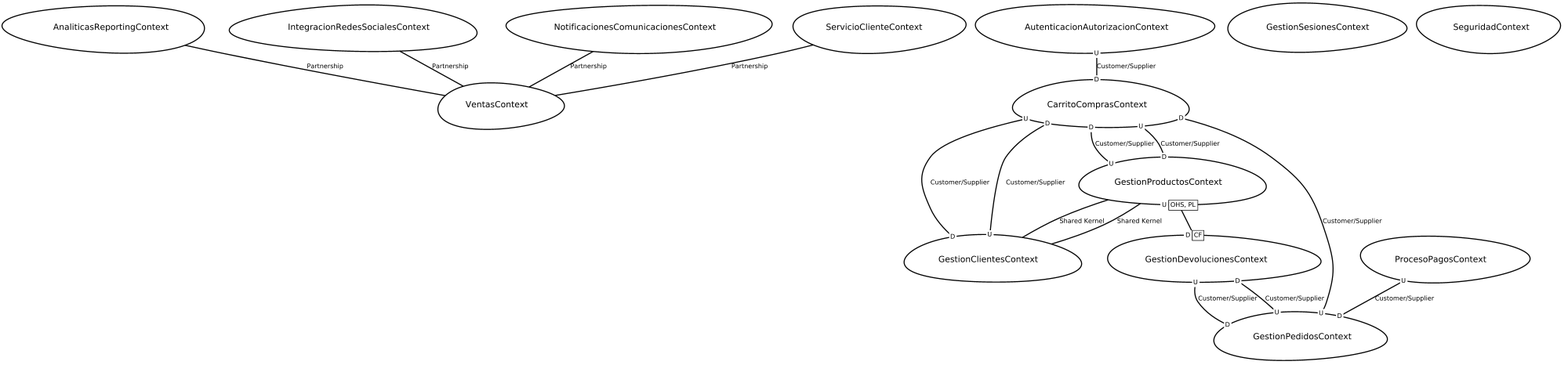
Above: src-gen/LAB02_proyectoEcomerce_ContexMapper_ContextMap.png in Jhonat20/LAB02_proyectoEcomerce_ContexMapper (Graphviz), before the change. Its source is kept beside it as src-gen/LAB02_proyectoEcomerce_ContexMapper_ContextMap.gv. Its diagram source:
```dot
digraph "ContextMapGraph" {
graph ["imagepath"="/tmp/GraphvizJava"]
"AnaliticasReportingContext" ["margin"="0.3","orientation"="52","shape"="egg","fontsize"="16","style"="bold","label"="AnaliticasReportingContext\n","fontname"="sans-serif"]
"VentasContext" ["margin"="0.3","orientation"="306","shape"="egg","fontsize"="16","style"="bold","label"="VentasContext\n","fontname"="sans-serif"]
"AutenticacionAutorizacionContext" ["margin"="0.3","orientation"="85","shape"="egg","fontsize"="16","style"="bold","label"="AutenticacionAutorizacionContext\n","fontname"="sans-serif"]
"CarritoComprasContext" ["margin"="0.3","orientation"="340","shape"="egg","fontsize"="16","style"="bold","label"="CarritoComprasContext\n","fontname"="sans-serif"]
"GestionProductosContext" ["margin"="0.3","orientation"="76","shape"="egg","fontsize"="16","style"="bold","label"="GestionProductosContext\n","fontname"="sans-serif"]
"GestionClientesContext" ["margin"="0.3","orientation"="126","shape"="egg","fontsize"="16","style"="bold","label"="GestionClientesContext\n","fontname"="sans-serif"]
"GestionDevolucionesContext" ["margin"="0.3","orientation"="203","shape"="egg","fontsize"="16","style"="bold","label"="GestionDevolucionesContext\n","fontname"="sans-serif"]
"GestionPedidosContext" ["margin"="0.3","orientation"="74","shape"="egg","fontsize"="16","style"="bold","label"="GestionPedidosContext\n","fontname"="sans-serif"]
"GestionSesionesContext" ["margin"="0.3","orientation"="225","shape"="egg","fontsize"="16","style"="bold","label"="GestionSesionesContext\n","fontname"="sans-serif"]
"IntegracionRedesSocialesContext" ["margin"="0.3","orientation"="195","shape"="egg","fontsize"="16","style"="bold","label"="IntegracionRedesSocialesContext\n","fontname"="sans-serif"]
"NotificacionesComunicacionesContext" ["margin"="0.3","orientation"="266","shape"="egg","fontsize"="16","style"="bold","label"="NotificacionesComunicacionesContext\n","fontname"="sans-serif"]
"ProcesoPagosContext" ["margin"="0.3","orientation"="253","shape"="egg","fontsize"="16","style"="bold","label"="ProcesoPagosContext\n","fontname"="sans-serif"]
"SeguridadContext" ["margin"="0.3","orientation"="133","shape"="egg","fontsize"="16","style"="bold","label"="SeguridadContext\n","fontname"="sans-serif"]
"ServicioClienteContext" ["margin"="0.3","orientation"="173","shape"="egg","fontsize"="16","style"="bold","label"="ServicioClienteContext\n","fontname"="sans-serif"]
"AnaliticasReportingContext" -> "VentasContext" ["fontsize"="12","style"="bold","label"="Partnership","dir"="none","fontname"="sans-serif"]
"AutenticacionAutorizacionContext" -> "CarritoComprasContext" ["headlabel"=<<table cellspacing="0" cellborder="0" border="0">
<tr><td bgcolor="white">D</td></tr>
</table>>,"labeldistance"="0","fontsize"="12","taillabel"=<<table cellspacing="0" cellborder="0" border="0">
<tr><td bgcolor="white">U</td></tr>
</table>>,"style"="bold","label"="Customer/Supplier","dir"="none","fontname"="sans-serif"]
"CarritoComprasContext" -> "GestionProductosContext" ["headlabel"=<<table cellspacing="0" cellborder="0" border="0">
<tr><td bgcolor="white">D</td></tr>
</table>>,"labeldistance"="0","fontsize"="12","taillabel"=<<table cellspacing="0" cellborder="0" border="0">
<tr><td bgcolor="white">U</td></tr>
</table>>,"style"="bold","label"="Customer/Supplier","dir"="none","fontname"="sans-serif"]
"CarritoComprasContext" -> "GestionClientesContext" ["headlabel"=<<table cellspacing="0" cellborder="0" border="0">
<tr><td bgcolor="white">D</td></tr>
</table>>,"labeldistance"="0","fontsize"="12","taillabel"=<<table cellspacing="0" cellborder="0" border="0">
<tr><td bgcolor="white">U</td></tr>
</table>>,"style"="bold","label"="Customer/Supplier","dir"="none","fontname"="sans-serif"]
"GestionProductosContext" -> "GestionClientesContext" ["fontsize"="12","style"="bold","label"="Shared Kernel","dir"="none","fontname"="sans-serif"]
"GestionProductosContext" -> "GestionDevolucionesContext" ["headlabel"=<<table cellspacing="0" cellborder="1" border="0">
<tr><td bgcolor="white" sides="r">D</td><td sides="trbl" bgcolor="white"><font>CF</font></td></tr>
</table>>,"labeldistance"="0","fontsize"="12","taillabel"=<<table cellspacing="0" cellborder="1" border="0">
<tr><td bgcolor="white" sides="r">U</td><td sides="trbl" bgcolor="white"><font>OHS, PL</font></td></tr>
</table>>,"style"="bold","label"="                                        ","dir"="none","fontname"="sans-serif"]
"GestionProductosContext" -> "CarritoComprasContext" ["headlabel"=<<table cellspacing="0" cellborder="0" border="0">
<tr><td bgcolor="white">D</td></tr>
</table>>,"labeldistance"="0","fontsize"="12","taillabel"=<<table cellspacing="0" cellborder="0" border="0">
<tr><td bgcolor="white">U</td></tr>
</table>>,"style"="bold","label"="Customer/Supplier","dir"="none","fontname"="sans-serif"]
"GestionClientesContext" -> "CarritoComprasContext" ["headlabel"=<<table cellspacing="0" cellborder="0" border="0">
<tr><td bgcolor="white">D</td></tr>
</table>>,"labeldistance"="0","fontsize"="12","taillabel"=<<table cellspacing="0" cellborder="0" border="0">
<tr><td bgcolor="white">U</td></tr>
</table>>,"style"="bold","label"="Customer/Supplier","dir"="none","fontname"="sans-serif"]
"GestionClientesContext" -> "GestionProductosContext" ["fontsize"="12","style"="bold","label"="Shared Kernel","dir"="none","fontname"="sans-serif"]
"GestionDevolucionesContext" -> "GestionPedidosContext" ["headlabel"=<<table cellspacing="0" cellborder="0" border="0">
<tr><td bgcolor="white">D</td></tr>
</table>>,"labeldistance"="0","fontsize"="12","taillabel"=<<table cellspacing="0" cellborder="0" border="0">
<tr><td bgcolor="white">U</td></tr>
</table>>,"style"="bold","label"="Customer/Supplier","dir"="none","fontname"="sans-serif"]
"GestionPedidosContext" -> "CarritoComprasContext" ["headlabel"=<<table cellspacing="0" cellborder="0" border="0">
<tr><td bgcolor="white">D</td></tr>
</table>>,"labeldistance"="0","fontsize"="12","taillabel"=<<table cellspacing="0" cellborder="0" border="0">
<tr><td bgcolor="white">U</td></tr>
</table>>,"style"="bold","label"="Customer/Supplier","dir"="none","fontname"="sans-serif"]
"GestionPedidosContext" -> "GestionDevolucionesContext" ["headlabel"=<<table cellspacing="0" cellborder="0" border="0">
<tr><td bgcolor="white">D</td></tr>
</table>>,"labeldistance"="0","fontsize"="12","taillabel"=<<table cellspacing="0" cellborder="0" border="0">
<tr><td bgcolor="white">U</td></tr>
</table>>,"style"="bold","label"="Customer/Supplier","dir"="none","fontname"="sans-serif"]
"IntegracionRedesSocialesContext" -> "VentasContext" ["fontsize"="12","style"="bold","label"="Partnership","dir"="none","fontname"="sans-serif"]
"NotificacionesComunicacionesContext" -> "VentasContext" ["fontsize"="12","style"="bold","label"="Partnership","dir"="none","fontname"="sans-serif"]
"ProcesoPagosContext" -> "GestionPedidosContext" ["headlabel"=<<table cellspacing="0" cellborder="0" border="0">
<tr><td bgcolor="white">D</td></tr>
</table>>,"labeldistance"="0","fontsize"="12","taillabel"=<<table cellspacing="0" cellborder="0" border="0">
<tr><td bgcolor="white">U</td></tr>
</table>>,"style"="bold","label"="Customer/Supplier","dir"="none","fontname"="sans-serif"]
"ServicioClienteContext" -> "VentasContext" ["fontsize"="12","style"="bold","label"="Partnership","dir"="none","fontname"="sans-serif"]
}
```
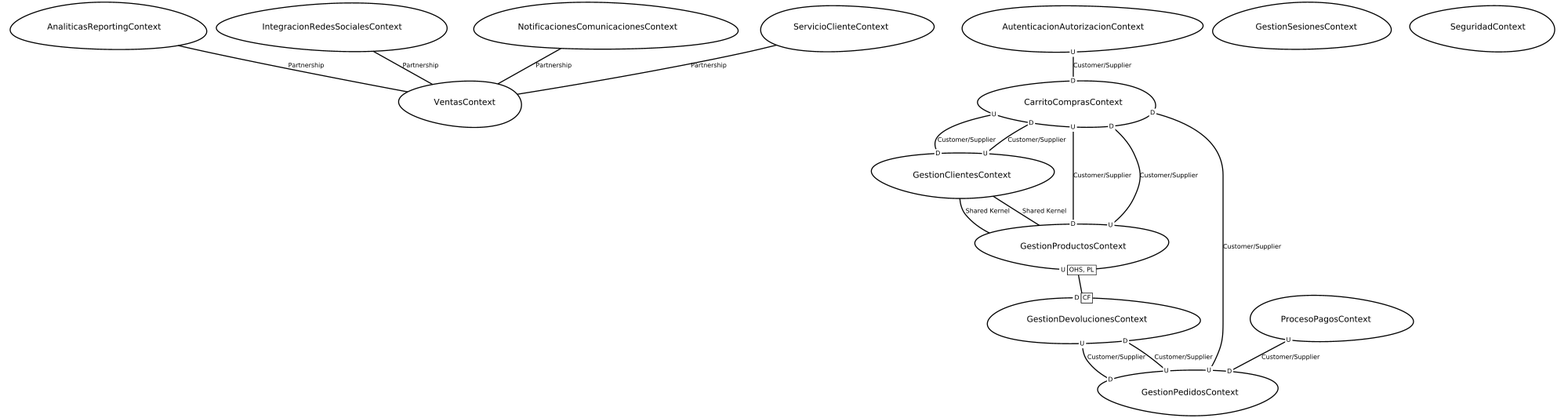
The same file after the commit.

What changed in the source:
```diff
@@ -1,21 +1,26 @@
 digraph "ContextMapGraph" {
 graph ["imagepath"="/tmp/GraphvizJava"]
-"AnaliticasReportingContext" ["margin"="0.3","orientation"="52","shape"="egg","fontsize"="16","style"="bold","label"="AnaliticasReportingContext\n","fontname"="sans-serif"]
-"VentasContext" ["margin"="0.3","orientation"="306","shape"="egg","fontsize"="16","style"="bold","label"="VentasContext\n","fontname"="sans-serif"]
-"AutenticacionAutorizacionContext" ["margin"="0.3","orientation"="85","shape"="egg","fontsize"="16","style"="bold","label"="AutenticacionAutorizacionContext\n","fontname"="sans-serif"]
-"CarritoComprasContext" ["margin"="0.3","orientation"="340","shape"="egg","fontsize"="16","style"="bold","label"="CarritoComprasContext\n","fontname"="sans-serif"]
-"GestionProductosContext" ["margin"="0.3","orientation"="76","shape"="egg","fontsize"="16","style"="bold","label"="GestionProductosContext\n","fontname"="sans-serif"]
-"GestionClientesContext" ["margin"="0.3","orientation"="126","shape"="egg","fontsize"="16","style"="bold","label"="GestionClientesContext\n","fontname"="sans-serif"]
-"GestionDevolucionesContext" ["margin"="0.3","orientation"="203","shape"="egg","fontsize"="16","style"="bold","label"="GestionDevolucionesContext\n","fontname"="sans-serif"]
-"GestionPedidosContext" ["margin"="0.3","orientation"="74","shape"="egg","fontsize"="16","style"="bold","label"="GestionPedidosContext\n","fontname"="sans-serif"]
-"GestionSesionesContext" ["margin"="0.3","orientation"="225","shape"="egg","fontsize"="16","style"="bold","label"="GestionSesionesContext\n","fontname"="sans-serif"]
-"IntegracionRedesSocialesContext" ["margin"="0.3","orientation"="195","shape"="egg","fontsize"="16","style"="bold","label"="IntegracionRedesSocialesContext\n","fontname"="sans-serif"]
-"NotificacionesComunicacionesContext" ["margin"="0.3","orientation"="266","shape"="egg","fontsize"="16","style"="bold","label"="NotificacionesComunicacionesContext\n","fontname"="sans-serif"]
-"ProcesoPagosContext" ["margin"="0.3","orientation"="253","shape"="egg","fontsize"="16","style"="bold","label"="ProcesoPagosContext\n","fontname"="sans-serif"]
-"SeguridadContext" ["margin"="0.3","orientation"="133","shape"="egg","fontsize"="16","style"="bold","label"="SeguridadContext\n","fontname"="sans-serif"]
-"ServicioClienteContext" ["margin"="0.3","orientation"="173","shape"="egg","fontsize"="16","style"="bold","label"="ServicioClienteContext\n","fontname"="sans-serif"]
+"AnaliticasReportingContext" ["margin"="0.3","orientation"="189","shape"="egg","fontsize"="16","style"="bold","label"="AnaliticasReportingContext\n","fontname"="sans-serif"]
+"VentasContext" ["margin"="0.3","orientation"="157","shape"="egg","fontsize"="16","style"="bold","label"="VentasContext\n","fontname"="sans-serif"]
+"AutenticacionAutorizacionContext" ["margin"="0.3","orientation"="279","shape"="egg","fontsize"="16","style"="bold","label"="AutenticacionAutorizacionContext\n","fontname"="sans-serif"]
+"CarritoComprasContext" ["margin"="0.3","orientation"="82","shape"="egg","fontsize"="16","style"="bold","label"="CarritoComprasContext\n","fontname"="sans-serif"]
+"GestionClientesContext" ["margin"="0.3","orientation"="243","shape"="egg","fontsize"="16","style"="bold","label"="GestionClientesContext\n","fontname"="sans-serif"]
+"GestionProductosContext" ["margin"="0.3","orientation"="277","shape"="egg","fontsize"="16","style"="bold","label"="GestionProductosContext\n","fontname"="sans-serif"]
+"GestionDevolucionesContext" ["margin"="0.3","orientation"="283","shape"="egg","fontsize"="16","style"="bold","label"="GestionDevolucionesContext\n","fontname"="sans-serif"]
+"GestionPedidosContext" ["margin"="0.3","orientation"="63","shape"="egg","fontsize"="16","style"="bold","label"="GestionPedidosContext\n","fontname"="sans-serif"]
+"GestionSesionesContext" ["margin"="0.3","orientation"="230","shape"="egg","fontsize"="16","style"="bold","label"="GestionSesionesContext\n","fontname"="sans-serif"]
+"IntegracionRedesSocialesContext" ["margin"="0.3","orientation"="323","shape"="egg","fontsize"="16","style"="bold","label"="IntegracionRedesSocialesContext\n","fontname"="sans-serif"]
+"NotificacionesComunicacionesContext" ["margin"="0.3","orientation"="165","shape"="egg","fontsize"="16","style"="bold","label"="NotificacionesComunicacionesContext\n","fontname"="sans-serif"]
+"ProcesoPagosContext" ["margin"="0.3","orientation"="7","shape"="egg","fontsize"="16","style"="bold","label"="ProcesoPagosContext\n","fontname"="sans-serif"]
+"SeguridadContext" ["margin"="0.3","orientation"="179","shape"="egg","fontsize"="16","style"="bold","label"="SeguridadContext\n","fontname"="sans-serif"]
+"ServicioClienteContext" ["margin"="0.3","orientation"="158","shape"="egg","fontsize"="16","style"="bold","label"="ServicioClienteContext\n","fontname"="sans-serif"]
 "AnaliticasReportingContext" -> "VentasContext" ["fontsize"="12","style"="bold","label"="Partnership","dir"="none","fontname"="sans-serif"]
 "AutenticacionAutorizacionContext" -> "CarritoComprasContext" ["headlabel"=<<table cellspacing="0" cellborder="0" border="0">
+<tr><td bgcolor="white">D</td></tr>
+</table>>,"labeldistance"="0","fontsize"="12","taillabel"=<<table cellspacing="0" cellborder="0" border="0">
+<tr><td bgcolor="white">U</td></tr>
+</table>>,"style"="bold","label"="Customer/Supplier","dir"="none","fontname"="sans-serif"]
+"CarritoComprasContext" -> "GestionClientesContext" ["headlabel"=<<table cellspacing="0" cellborder="0" border="0">
 <tr><td bgcolor="white">D</td></tr>
 </table>>,"labeldistance"="0","fontsize"="12","taillabel"=<<table cellspacing="0" cellborder="0" border="0">
 <tr><td bgcolor="white">U</td></tr>
@@ -25,7 +30,13 @@
 </table>>,"labeldistance"="0","fontsize"="12","taillabel"=<<table cellspacing="0" cellborder="0" border="0">
 <tr><td bgcolor="white">U</td></tr>
 </table>>,"style"="bold","label"="Customer/Supplier","dir"="none","fontname"="sans-serif"]
-"CarritoComprasContext" -> "GestionClientesContext" ["headlabel"=<<table cellspacing="0" cellborder="0" border="0">
+"GestionClientesContext" -> "CarritoComprasContext" ["headlabel"=<<table cellspacing="0" cellborder="0" border="0">
+<tr><td bgcolor="white">D</td></tr>
+</table>>,"labeldistance"="0","fontsize"="12","taillabel"=<<table cellspacing="0" cellborder="0" border="0">
+<tr><td bgcolor="white">U</td></tr>
+</table>>,"style"="bold","label"="Customer/Supplier","dir"="none","fontname"="sans-serif"]
+"GestionClientesContext" -> "GestionProductosContext" ["fontsize"="12","style"="bold","label"="Shared Kernel","dir"="none","fontname"="sans-serif"]
+"GestionProductosContext" -> "CarritoComprasContext" ["headlabel"=<<table cellspacing="0" cellborder="0" border="0">
 <tr><td bgcolor="white">D</td></tr>
 </table>>,"labeldistance"="0","fontsize"="12","taillabel"=<<table cellspacing="0" cellborder="0" border="0">
 <tr><td bgcolor="white">U</td></tr>
@@ -36,17 +47,6 @@
 </table>>,"labeldistance"="0","fontsize"="12","taillabel"=<<table cellspacing="0" cellborder="1" border="0">
 <tr><td bgcolor="white" sides="r">U</td><td sides="trbl" bgcolor="white"><font>OHS, PL</font></td></tr>
 </table>>,"style"="bold","label"="                                        ","dir"="none","fontname"="sans-serif"]
-"GestionProductosContext" -> "CarritoComprasContext" ["headlabel"=<<table cellspacing="0" cellborder="0" border="0">
-<tr><td bgcolor="white">D</td></tr>
-</table>>,"labeldistance"="0","fontsize"="12","taillabel"=<<table cellspacing="0" cellborder="0" border="0">
-<tr><td bgcolor="white">U</td></tr>
-</table>>,"style"="bold","label"="Customer/Supplier","dir"="none","fontname"="sans-serif"]
-"GestionClientesContext" -> "CarritoComprasContext" ["headlabel"=<<table cellspacing="0" cellborder="0" border="0">
-<tr><td bgcolor="white">D</td></tr>
-</table>>,"labeldistance"="0","fontsize"="12","taillabel"=<<table cellspacing="0" cellborder="0" border="0">
-<tr><td bgcolor="white">U</td></tr>
-</table>>,"style"="bold","label"="Customer/Supplier","dir"="none","fontname"="sans-serif"]
-"GestionClientesContext" -> "GestionProductosContext" ["fontsize"="12","style"="bold","label"="Shared Kernel","dir"="none","fontname"="sans-serif"]
 "GestionDevolucionesContext" -> "GestionPedidosContext" ["headlabel"=<<table cellspacing="0" cellborder="0" border="0">
 <tr><td bgcolor="white">D</td></tr>
 </table>>,"labeldistance"="0","fontsize"="12","taillabel"=<<table cellspacing="0" cellborder="0" border="0">
```
